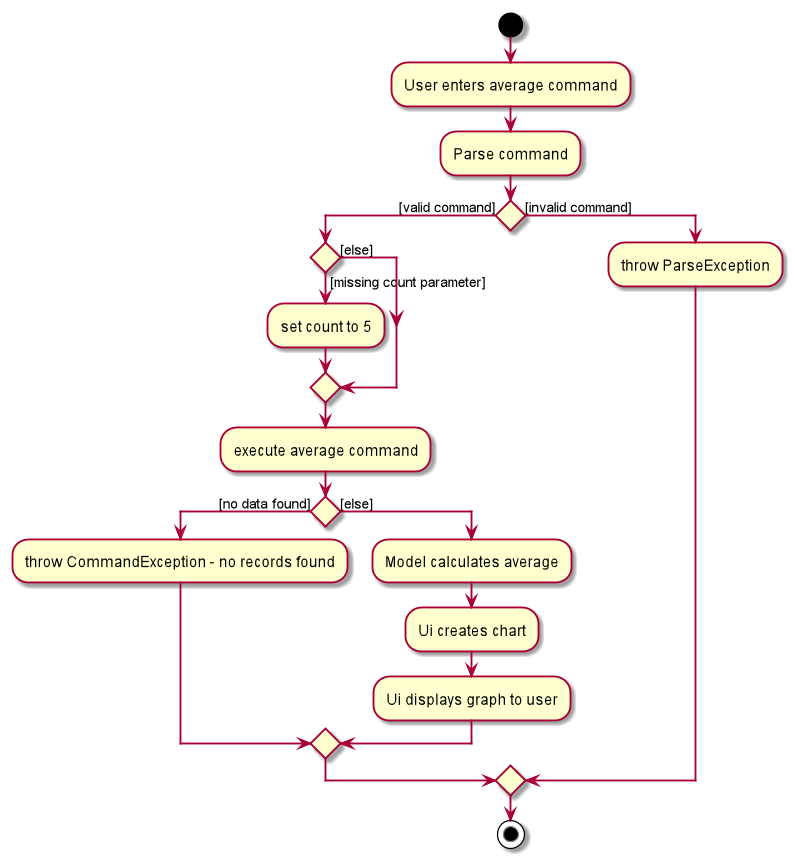
Earlier version of the PlantUML export images/AverageCommandFailureActivityDiagram.png (AY1920S1-CS2103-T16-1/main). Source of this version:
```plantuml
@startuml
start
:User enters average command;

:Parse command;

if () then ([valid command])
if () then ([missing count parameter])
    :set count to 5;
else ([else])
endif
    :execute average command;
if () then ([no data found])
    :throw CommandException - no records found;
else ([else])
    :Model calculates average;
    :Ui creates chart;
    :Ui displays graph to user;
endif
else ([invalid command])
    :throw ParseException;
endif

stop
@enduml
```
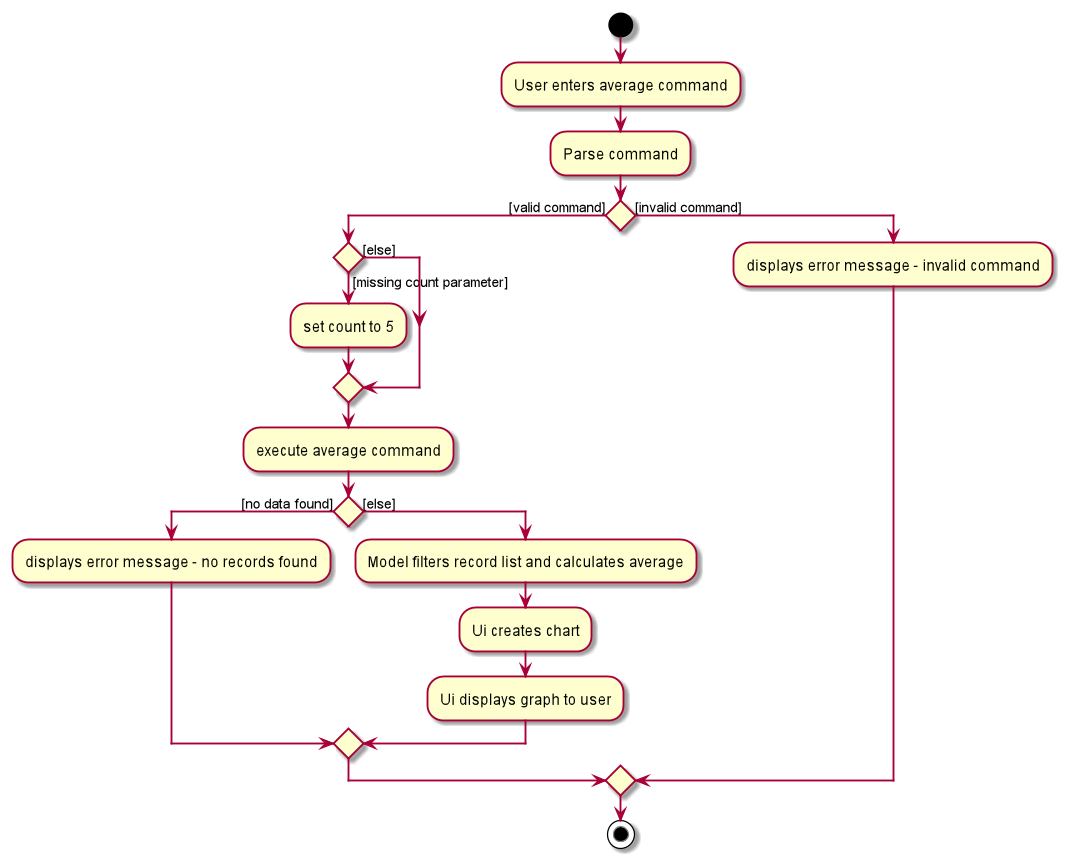
The same file after the commit.

The edit, as a diff of the source:
```diff
@@ -11,14 +11,14 @@
 endif
     :execute average command;
 if () then ([no data found])
-    :throw CommandException - no records found;
+    :displays error message - no records found;
 else ([else])
-    :Model calculates average;
+    :Model filters record list and calculates average;
     :Ui creates chart;
     :Ui displays graph to user;
 endif
 else ([invalid command])
-    :throw ParseException;
+    :displays error message - invalid command;
 endif
 
 stop
```
